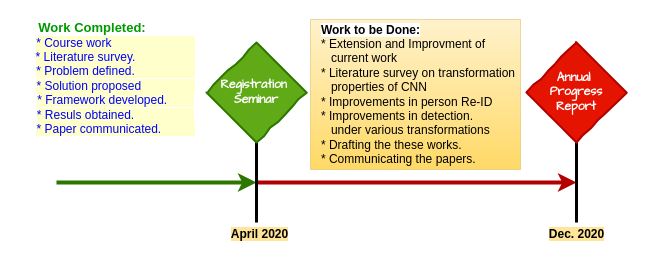
Before: Work_flow.drawio in aminfazy/newrep, a draw.io diagram. Source tidied: cells renumbered, new cells numbered last; positions are measured from the earlier drawing's top-left corner, leaving out a move shared by most shapes. Both pictures are drawn from the tidied source at 100%, with x=0, y=0 at pixel (25, 17).
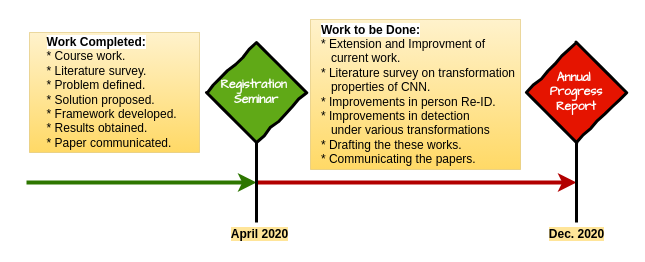
Above is the later version.

Change to the diagram source:
```diff
@@
 <mxGraphModel>
   <root>
     <mxCell id="0" />
     <mxCell id="1" parent="0" />
     <mxCell id="2" style="endArrow=classic;html=1;fillColor=#60a917;strokeColor=#2D7600;strokeWidth=4;" parent="1" edge="1">
       <mxGeometry relative="1" as="geometry">
-        <mxPoint x="31" y="165" as="sourcePoint" />
+        <mxPoint x="1" y="165" as="sourcePoint" />
         <mxPoint x="231" y="165" as="targetPoint" />
       </mxGeometry>
     </mxCell>
     <mxCell id="3" style="endArrow=classic;html=1;fillColor=#e51400;strokeColor=#B20000;strokeWidth=4;" parent="1" edge="1">
       <mxGeometry relative="1" as="geometry">
         <mxPoint x="231" y="165" as="sourcePoint" />
         <mxPoint x="551" y="165" as="targetPoint" />
       </mxGeometry>
     </mxCell>
     <mxCell id="4" style="endArrow=none;html=1;strokeWidth=3;" parent="1" edge="1">
       <mxGeometry relative="1" as="geometry">
         <mxPoint x="231" y="205" as="sourcePoint" />
         <mxPoint x="231" y="125" as="targetPoint" />
       </mxGeometry>
     </mxCell>
     <mxCell id="5" style="endArrow=none;html=1;strokeWidth=3;" parent="1" edge="1">
       <mxGeometry relative="1" as="geometry">
         <mxPoint x="551" y="205" as="sourcePoint" />
         <mxPoint x="551" y="125" as="targetPoint" />
       </mxGeometry>
     </mxCell>
-    <mxCell id="6" value="Registration&amp;nbsp;&lt;br&gt;Seminar" style="rhombus;html=1;align=center;whiteSpace=wrap;comic=1;strokeWidth=2;fontFamily=Comic Sans MS;fontStyle=1;fillColor=#60a917;strokeColor=#2D7600;fontColor=#ffffff;gradientColor=none;gradientDirection=west;" parent="1" vertex="1">
+    <mxCell id="6" value="Registration&amp;nbsp;&lt;br&gt;Seminar" style="rhombus;html=1;align=center;whiteSpace=wrap;comic=1;strokeWidth=3;fontFamily=Comic Sans MS;fontStyle=1;fillColor=#60a917;strokeColor=#000000;fontColor=#ffffff;gradientColor=none;gradientDirection=west;" parent="1" vertex="1">
       <mxGeometry x="181" y="25" width="100" height="100" as="geometry" />
     </mxCell>
-    <mxCell id="7" value="Annual&amp;nbsp;&lt;br&gt;Progress&lt;br&gt;Report" style="rhombus;html=1;align=center;whiteSpace=wrap;comic=1;strokeWidth=2;fontFamily=Comic Sans MS;fontStyle=1;fillColor=#e51400;strokeColor=#B20000;fontColor=#ffffff;gradientColor=none;gradientDirection=west;" parent="1" vertex="1">
+    <mxCell id="7" value="Annual&amp;nbsp;&lt;br&gt;Progress&lt;br&gt;Report" style="rhombus;html=1;align=center;whiteSpace=wrap;comic=1;strokeWidth=3;fontFamily=Comic Sans MS;fontStyle=1;fillColor=#e51400;strokeColor=#000000;fontColor=#ffffff;gradientColor=none;gradientDirection=west;" parent="1" vertex="1">
       <mxGeometry x="501" y="25" width="100" height="100" as="geometry" />
     </mxCell>
-    <mxCell id="8" value="&lt;b&gt;&lt;font color=&quot;#009900&quot;&gt;&lt;font style=&quot;font-size: 13px ; background-color: rgb(255 , 255 , 255)&quot;&gt;Work Completed:&lt;/font&gt;&lt;font size=&quot;2&quot;&gt;&amp;nbsp; &amp;nbsp; &amp;nbsp; &amp;nbsp; &amp;nbsp; &amp;nbsp; &amp;nbsp;&lt;/font&gt;&lt;/font&gt;&lt;/b&gt;&lt;br&gt;&lt;span style=&quot;background-color: rgb(255 , 255 , 204)&quot;&gt;&lt;font color=&quot;#0000ff&quot;&gt;* Course work &amp;nbsp; &amp;nbsp; &amp;nbsp; &amp;nbsp; &amp;nbsp; &amp;nbsp; &amp;nbsp; &amp;nbsp; &amp;nbsp; &amp;nbsp; &amp;nbsp; &amp;nbsp;&amp;nbsp;&lt;br&gt;* Literature survey. &amp;nbsp; &amp;nbsp; &amp;nbsp; &amp;nbsp; &amp;nbsp; &amp;nbsp; &amp;nbsp; &amp;nbsp; &amp;nbsp;&lt;br&gt;* Problem defined. &amp;nbsp; &amp;nbsp; &amp;nbsp; &amp;nbsp; &amp;nbsp; &amp;nbsp; &amp;nbsp; &amp;nbsp; &amp;nbsp;&lt;br&gt;* Solution proposed &amp;nbsp; &amp;nbsp; &amp;nbsp; &amp;nbsp; &amp;nbsp; &amp;nbsp; &amp;nbsp; &amp;nbsp;&lt;br&gt;* Framework developed. &amp;nbsp; &amp;nbsp; &amp;nbsp; &amp;nbsp;&lt;br&gt;* Resuls obtained. &amp;nbsp; &amp;nbsp; &amp;nbsp; &amp;nbsp; &amp;nbsp; &amp;nbsp; &amp;nbsp; &amp;nbsp; &amp;nbsp;&lt;br&gt;* Paper communicated. &amp;nbsp; &amp;nbsp; &amp;nbsp; &amp;nbsp; &amp;nbsp;&lt;br&gt;&lt;/font&gt;&lt;/span&gt;&amp;nbsp; &amp;nbsp; &amp;nbsp; &amp;nbsp; &amp;nbsp;&amp;nbsp;&lt;br&gt;&amp;nbsp; &amp;nbsp;&amp;nbsp;" style="text;html=1;align=center;verticalAlign=middle;" parent="1" vertex="1">
-      <mxGeometry width="180" height="150" as="geometry" />
-    </mxCell>
-    <mxCell id="9" value="&lt;div style=&quot;text-align: justify&quot;&gt;&lt;b style=&quot;background-color: rgb(255 , 255 , 255)&quot;&gt;Work to be Done:&lt;/b&gt;&lt;/div&gt;&lt;font style=&quot;font-size: 12px ; background-color: rgb(76 , 0 , 153)&quot;&gt;&lt;div style=&quot;text-align: justify&quot;&gt;* Extension and Improvment of &amp;nbsp; &amp;nbsp;&lt;/div&gt;&lt;div style=&quot;text-align: justify&quot;&gt;&amp;nbsp; &amp;nbsp;current work&lt;/div&gt;&lt;div style=&quot;text-align: justify&quot;&gt;* Literature survey on transformation&lt;/div&gt;&lt;div style=&quot;text-align: justify&quot;&gt;&amp;nbsp; &amp;nbsp;properties of CNN&lt;/div&gt;&lt;div style=&quot;text-align: justify&quot;&gt;* Improvements in person Re-ID &amp;nbsp;&lt;/div&gt;&lt;div style=&quot;text-align: justify&quot;&gt;* Improvements in detection. &amp;nbsp; &amp;nbsp; &amp;nbsp; &amp;nbsp;&lt;/div&gt;&lt;div style=&quot;text-align: justify&quot;&gt;&amp;nbsp; &amp;nbsp;under various transformations&lt;/div&gt;&lt;div style=&quot;text-align: justify&quot;&gt;* Drafting the these works. &amp;nbsp; &amp;nbsp; &amp;nbsp; &amp;nbsp; &amp;nbsp;&amp;nbsp;&lt;/div&gt;&lt;div&gt;&lt;div&gt;&lt;div style=&quot;text-align: justify&quot;&gt;* Communicating the papers. &amp;nbsp; &amp;nbsp; &amp;nbsp; &amp;nbsp; &amp;nbsp; &amp;nbsp;&amp;nbsp;&lt;/div&gt;&lt;/div&gt;&lt;/div&gt;&lt;/font&gt;" style="text;html=1;align=right;verticalAlign=middle;fillColor=#fff2cc;strokeColor=#d6b656;gradientColor=#ffd966;strokeWidth=1;glass=0;dashed=1;dashPattern=1 1;" parent="1" vertex="1">
+    <mxCell id="9" value="&lt;div style=&quot;text-align: justify&quot;&gt;&lt;b style=&quot;background-color: rgb(255 , 255 , 255)&quot;&gt;Work to be Done:&lt;/b&gt;&lt;/div&gt;&lt;font style=&quot;font-size: 12px ; background-color: rgb(76 , 0 , 153)&quot;&gt;&lt;div style=&quot;text-align: justify&quot;&gt;* Extension and Improvment of &amp;nbsp; &amp;nbsp;&lt;/div&gt;&lt;div style=&quot;text-align: justify&quot;&gt;&amp;nbsp; &amp;nbsp;current work.&lt;/div&gt;&lt;div style=&quot;text-align: justify&quot;&gt;* Literature survey on transformation&lt;/div&gt;&lt;div style=&quot;text-align: justify&quot;&gt;&amp;nbsp; &amp;nbsp;properties of CNN.&lt;/div&gt;&lt;div style=&quot;text-align: justify&quot;&gt;* Improvements in person Re-ID. &amp;nbsp;&lt;/div&gt;&lt;div style=&quot;text-align: justify&quot;&gt;* Improvements in detection &amp;nbsp; &amp;nbsp; &amp;nbsp; &amp;nbsp;&lt;/div&gt;&lt;div style=&quot;text-align: justify&quot;&gt;&amp;nbsp; &amp;nbsp;under various transformations&lt;/div&gt;&lt;div style=&quot;text-align: justify&quot;&gt;* Drafting the these works. &amp;nbsp; &amp;nbsp; &amp;nbsp; &amp;nbsp; &amp;nbsp;&amp;nbsp;&lt;/div&gt;&lt;div&gt;&lt;div&gt;&lt;div style=&quot;text-align: justify&quot;&gt;* Communicating the papers. &amp;nbsp; &amp;nbsp; &amp;nbsp; &amp;nbsp; &amp;nbsp; &amp;nbsp;&amp;nbsp;&lt;/div&gt;&lt;/div&gt;&lt;/div&gt;&lt;/font&gt;" style="text;html=1;align=right;verticalAlign=middle;fillColor=#fff2cc;strokeColor=#d6b656;gradientColor=#ffd966;strokeWidth=1;glass=0;dashed=1;dashPattern=1 1;" parent="1" vertex="1">
       <mxGeometry x="285" y="2" width="210" height="150" as="geometry" />
     </mxCell>
     <mxCell id="10" value="&lt;b style=&quot;background-color: rgb(255 , 229 , 153)&quot;&gt;April 2020&lt;/b&gt;" style="text;html=1;align=center;verticalAlign=middle;" parent="1" vertex="1">
       <mxGeometry x="199" y="207" width="70" height="20" as="geometry" />
     </mxCell>
     <mxCell id="11" value="&lt;b style=&quot;background-color: rgb(255 , 229 , 153)&quot;&gt;Dec. 2020&lt;/b&gt;" style="text;html=1;align=center;verticalAlign=middle;" parent="1" vertex="1">
       <mxGeometry x="516" y="207" width="70" height="20" as="geometry" />
     </mxCell>
+    <mxCell id="12" value="&lt;div style=&quot;text-align: justify&quot;&gt;&lt;b style=&quot;background-color: rgb(255 , 255 , 255)&quot;&gt;Work Completed:&lt;/b&gt;&lt;/div&gt;&lt;font style=&quot;font-size: 12px ; background-color: rgb(76 , 0 , 153)&quot;&gt;&lt;div style=&quot;text-align: justify&quot;&gt;* Course work.&lt;/div&gt;&lt;div style=&quot;text-align: justify&quot;&gt;* Literature survey.&lt;/div&gt;&lt;div style=&quot;text-align: justify&quot;&gt;* Problem defined.&lt;/div&gt;&lt;div style=&quot;text-align: justify&quot;&gt;* Solution proposed. &amp;nbsp;&lt;/div&gt;&lt;div style=&quot;text-align: justify&quot;&gt;* Framework developed.&lt;/div&gt;&lt;div style=&quot;text-align: justify&quot;&gt;* Results obtained. &amp;nbsp; &amp;nbsp; &amp;nbsp; &amp;nbsp; &amp;nbsp;&amp;nbsp;&lt;/div&gt;&lt;div&gt;&lt;div&gt;&lt;div style=&quot;text-align: justify&quot;&gt;* Paper communicated. &amp;nbsp; &amp;nbsp; &amp;nbsp; &amp;nbsp;&lt;/div&gt;&lt;/div&gt;&lt;/div&gt;&lt;/font&gt;" style="text;html=1;align=right;verticalAlign=middle;fillColor=#fff2cc;strokeColor=#d6b656;gradientColor=#ffd966;strokeWidth=1;glass=0;dashed=1;dashPattern=1 1;" parent="1" vertex="1">
+      <mxGeometry x="4" y="15" width="170" height="120" as="geometry" />
+    </mxCell>
   </root>
 </mxGraphModel>
```
